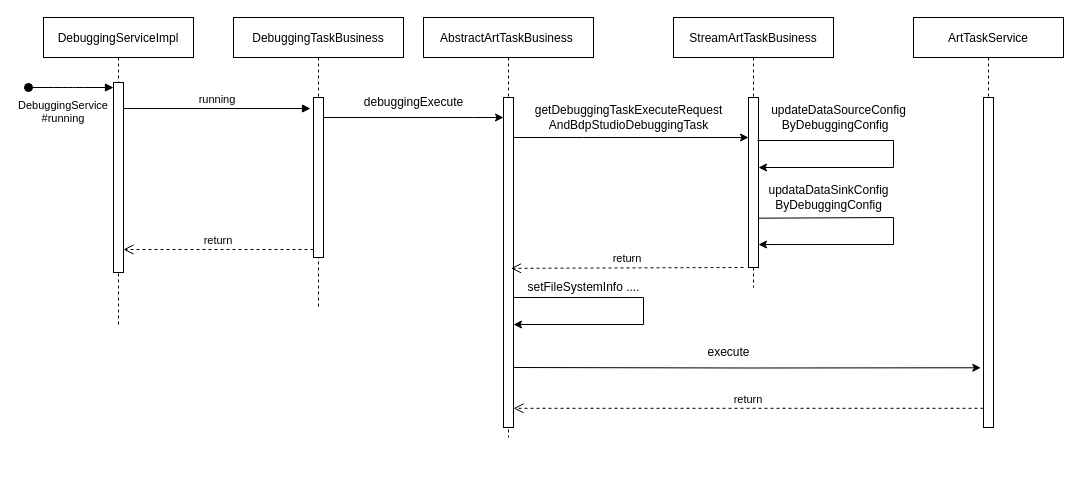
GintokiYs/PicGo keeps this draw.io diagram as Untitled Diagram.drawio. Above is the earlier version. Source tidied: cells renumbered, new cells numbered last; positions are measured from the earlier drawing's top-left corner, leaving out a move shared by most shapes. Both pictures are drawn from the tidied source at 100%, with x=0, y=0 at pixel (28, 17).
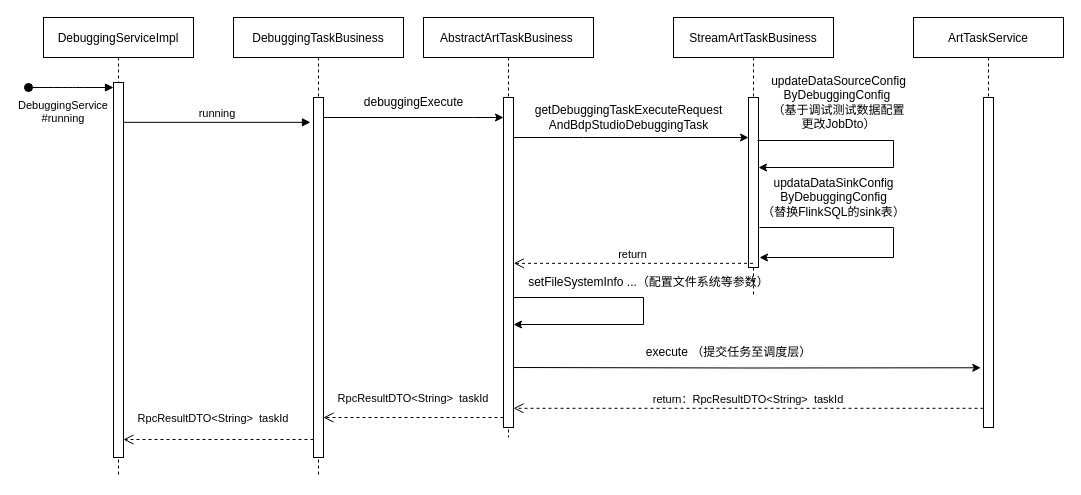
Above is the later version.

The change refers to these unchanged cells:
```xml
<mxCell id="9" value="AbstractArtTaskBusiness " style="shape=umlLifeline;perimeter=lifelinePerimeter;rounded=0;shadow=0;strokeWidth=1;" parent="1" vertex="1">
  <mxGeometry x="395" width="170" height="420" as="geometry" />
</mxCell>
<mxCell id="15" style="points=[];perimeter=orthogonalPerimeter;rounded=0;shadow=0;strokeWidth=1;" parent="14" vertex="1">
  <mxGeometry x="75" y="80" width="10" height="170" as="geometry" />
</mxCell>
<mxCell id="21" style="points=[];perimeter=orthogonalPerimeter;rounded=0;shadow=0;strokeWidth=1;" parent="20" vertex="1">
  <mxGeometry x="70" y="80" width="10" height="330" as="geometry" />
</mxCell>
```

The edit, as a diff of the source:
```diff
@@
     <mxCell id="2" value="DebuggingServiceImpl" style="shape=umlLifeline;perimeter=lifelinePerimeter;rounded=0;shadow=0;strokeWidth=1;" parent="1" vertex="1">
-      <mxGeometry x="15" width="150" height="310" as="geometry" />
+      <mxGeometry x="15" width="150" height="460" as="geometry" />
     </mxCell>
     <mxCell id="3" style="points=[];perimeter=orthogonalPerimeter;rounded=0;shadow=0;strokeWidth=1;" parent="2" vertex="1">
-      <mxGeometry x="70" y="65" width="10" height="190" as="geometry" />
+      <mxGeometry x="70" y="65" width="10" height="375" as="geometry" />
     </mxCell>
@@
     <mxCell id="5" value="DebuggingTaskBusiness" style="shape=umlLifeline;perimeter=lifelinePerimeter;rounded=0;shadow=0;strokeWidth=1;" parent="1" vertex="1">
-      <mxGeometry x="205" width="170" height="290" as="geometry" />
+      <mxGeometry x="205" width="170" height="460" as="geometry" />
     </mxCell>
     <mxCell id="6" style="points=[];perimeter=orthogonalPerimeter;rounded=0;shadow=0;strokeWidth=1;" parent="5" vertex="1">
-      <mxGeometry x="80" y="80" width="10" height="160" as="geometry" />
+      <mxGeometry x="80" y="80" width="10" height="360" as="geometry" />
     </mxCell>
-    <mxCell id="7" value="return" style="verticalAlign=bottom;endArrow=open;dashed=1;endSize=8;exitX=0;exitY=0.95;shadow=0;strokeWidth=1;" parent="1" edge="1" source="6" target="3">
-      <mxGeometry relative="1" as="geometry" />
+    <mxCell id="7" value="RpcResultDTO&lt;String&gt;  taskId" style="verticalAlign=bottom;endArrow=open;dashed=1;endSize=8;exitX=0;exitY=0.95;shadow=0;strokeWidth=1;" parent="1" edge="1" source="6" target="3">
+      <mxGeometry x="0.05" y="-12" relative="1" as="geometry" />
     </mxCell>
@@
+    <mxCell id="29" value="RpcResultDTO&lt;String&gt;  taskId" style="verticalAlign=bottom;endArrow=open;dashed=1;endSize=8;exitX=0;exitY=0.95;shadow=0;strokeWidth=1;" parent="9" edge="1">
+      <mxGeometry y="-10" relative="1" as="geometry">
+        <mxPoint x="80" y="400" as="sourcePoint" />
+        <mxPoint x="-100" y="400" as="targetPoint" />
+      </mxGeometry>
+    </mxCell>
     <mxCell id="14" value="StreamArtTaskBusiness" style="shape=umlLifeline;perimeter=lifelinePerimeter;rounded=0;shadow=0;strokeWidth=1;" parent="1" vertex="1">
-      <mxGeometry x="645" width="160" height="270" as="geometry" />
+      <mxGeometry x="645" width="160" height="280" as="geometry" />
     </mxCell>
@@
-    <mxCell id="16" value="updataDataSinkConfig&lt;br&gt;ByDebuggingConfig" style="text;html=1;align=center;verticalAlign=middle;strokeColor=none;fillColor=none;" parent="14" vertex="1">
-      <mxGeometry x="85" y="160" width="140" height="40" as="geometry" />
-    </mxCell>
@@
-    <mxCell id="18" value="updateDataSourceConfig&lt;br&gt;ByDebuggingConfig&amp;nbsp;&amp;nbsp;" style="text;html=1;align=center;verticalAlign=middle;strokeColor=none;fillColor=none;" parent="14" vertex="1">
-      <mxGeometry x="85" y="80" width="160" height="40" as="geometry" />
-    </mxCell>
-    <mxCell id="19" style="endArrow=classic;html=1;rounded=0;exitX=1;exitY=0.71;exitDx=0;exitDy=0;exitPerimeter=0;entryX=1;entryY=0.865;entryDx=0;entryDy=0;entryPerimeter=0;" parent="14" edge="1" source="15" target="15">
+    <mxCell id="19" style="endArrow=classic;html=1;rounded=0;" parent="14" edge="1">
       <mxGeometry relative="1" as="geometry">
+        <mxPoint x="86" y="210" as="sourcePoint" />
+        <mxPoint x="86" y="240" as="targetPoint" />
         <Array as="points">
-          <mxPoint x="220" y="200" />
-          <mxPoint x="220" y="227" />
+          <mxPoint x="220" y="210" />
+          <mxPoint x="220" y="240" />
         </Array>
       </mxGeometry>
     </mxCell>
+    <mxCell id="26" value="setFileSystemInfo ...（配置文件系统等参数）" style="text;html=1;align=center;verticalAlign=middle;points=[];strokeColor=none;fillColor=none;" parent="14" vertex="1">
+      <mxGeometry x="-155" y="250" width="260" height="30" as="geometry" />
+    </mxCell>
+    <mxCell id="25" value="return" style="verticalAlign=bottom;endArrow=open;dashed=1;endSize=8;shadow=0;strokeWidth=1;entryX=-0.018;entryY=-0.139;entryDx=0;entryDy=0;entryPerimeter=0;" parent="14" edge="1" source="14" target="26">
+      <mxGeometry relative="1" as="geometry" />
+    </mxCell>
@@
-    <mxCell id="25" value="return" style="verticalAlign=bottom;endArrow=open;dashed=1;endSize=8;exitX=0;exitY=0.95;shadow=0;strokeWidth=1;entryX=-0.018;entryY=-0.139;entryDx=0;entryDy=0;entryPerimeter=0;" parent="1" edge="1" target="26">
-      <mxGeometry relative="1" as="geometry">
-        <mxPoint x="715" y="250" as="sourcePoint" />
-      </mxGeometry>
-    </mxCell>
-    <mxCell id="26" value="setFileSystemInfo ...." style="text;html=1;align=center;verticalAlign=middle;points=[];strokeColor=none;fillColor=none;" parent="1" vertex="1">
-      <mxGeometry x="485" y="255" width="140" height="30" as="geometry" />
-    </mxCell>
-    <mxCell id="27" value="execute" style="text;html=1;align=center;verticalAlign=middle;strokeColor=none;fillColor=none;" parent="1" vertex="1">
-      <mxGeometry x="665" y="320" width="70" height="30" as="geometry" />
+    <mxCell id="27" value="execute （提交任务至调度层）" style="text;html=1;align=center;verticalAlign=middle;strokeColor=none;fillColor=none;" parent="1" vertex="1">
+      <mxGeometry x="605" y="320" width="190" height="30" as="geometry" />
     </mxCell>
-    <mxCell id="28" value="return" style="verticalAlign=bottom;endArrow=open;dashed=1;endSize=8;shadow=0;strokeWidth=1;entryX=-0.018;entryY=-0.139;entryDx=0;entryDy=0;entryPerimeter=0;" parent="1" edge="1" source="21">
+    <mxCell id="28" value="return：RpcResultDTO&lt;String&gt;  taskId" style="verticalAlign=bottom;endArrow=open;dashed=1;endSize=8;shadow=0;strokeWidth=1;entryX=-0.018;entryY=-0.139;entryDx=0;entryDy=0;entryPerimeter=0;" parent="1" edge="1" source="21">
       <mxGeometry relative="1" as="geometry">
         <mxPoint x="485" y="390.8" as="targetPoint" />
       </mxGeometry>
     </mxCell>
+    <mxCell id="18" value="updateDataSourceConfig&lt;br&gt;ByDebuggingConfig&amp;nbsp; &lt;br&gt;（&lt;span lang=&quot;zh-CN&quot;&gt;基于调试测试数据配置&lt;br&gt;更改&lt;/span&gt;&lt;span lang=&quot;en-US&quot;&gt;JobDto&lt;/span&gt;）" style="text;html=1;align=center;verticalAlign=middle;strokeColor=none;fillColor=none;" parent="1" vertex="1">
+      <mxGeometry x="730" y="50" width="160" height="70" as="geometry" />
+    </mxCell>
+    <mxCell id="16" value="updataDataSinkConfig&lt;br&gt;ByDebuggingConfig&lt;br&gt;（&lt;span lang=&quot;zh-CN&quot;&gt;替换&lt;/span&gt;&lt;span lang=&quot;en-US&quot;&gt;FlinkSQL&lt;/span&gt;&lt;span lang=&quot;zh-CN&quot;&gt;的&lt;/span&gt;&lt;span lang=&quot;en-US&quot;&gt;sink&lt;/span&gt;&lt;span lang=&quot;zh-CN&quot;&gt;表&lt;/span&gt;）" style="text;html=1;align=center;verticalAlign=middle;strokeColor=none;fillColor=none;" parent="1" vertex="1">
+      <mxGeometry x="720" y="150" width="170" height="60" as="geometry" />
+    </mxCell>
```
